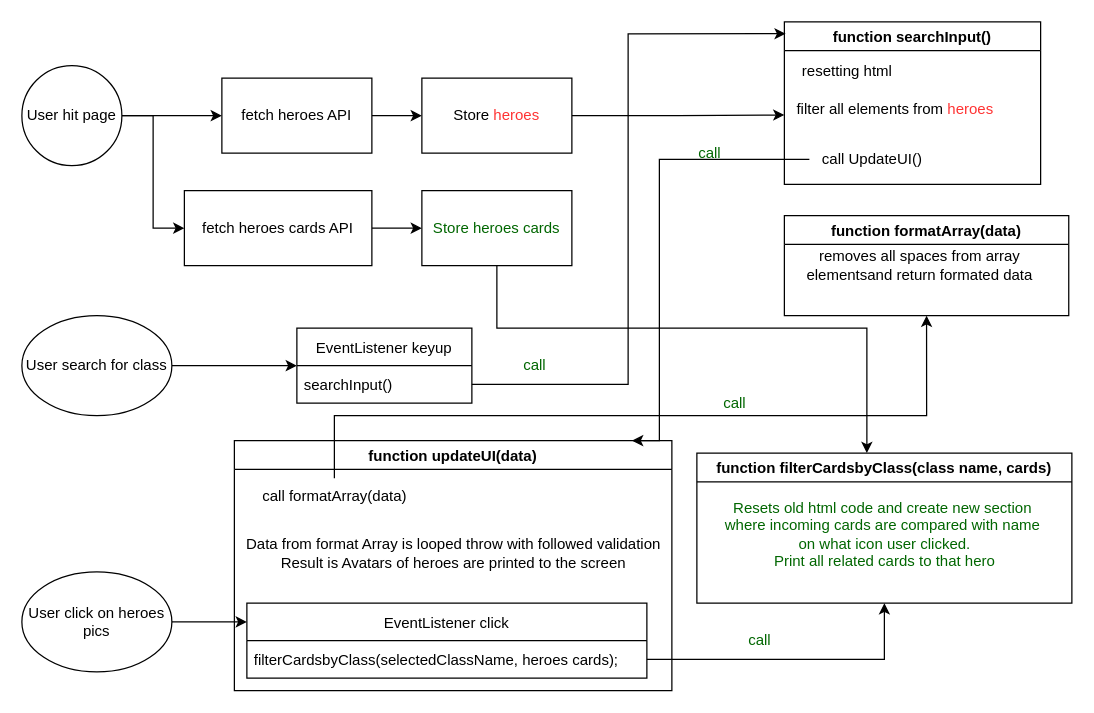
Earlier version of the draw.io diagram Hearthstone-app.drawio (Mykyta-UA/Hearthstone-app). Source tidied: cells renumbered, new cells numbered last; positions are measured from the earlier drawing's top-left corner, leaving out a move shared by most shapes. Both pictures are drawn from the tidied source at 125%, with x=0, y=0 at pixel (21, 21).
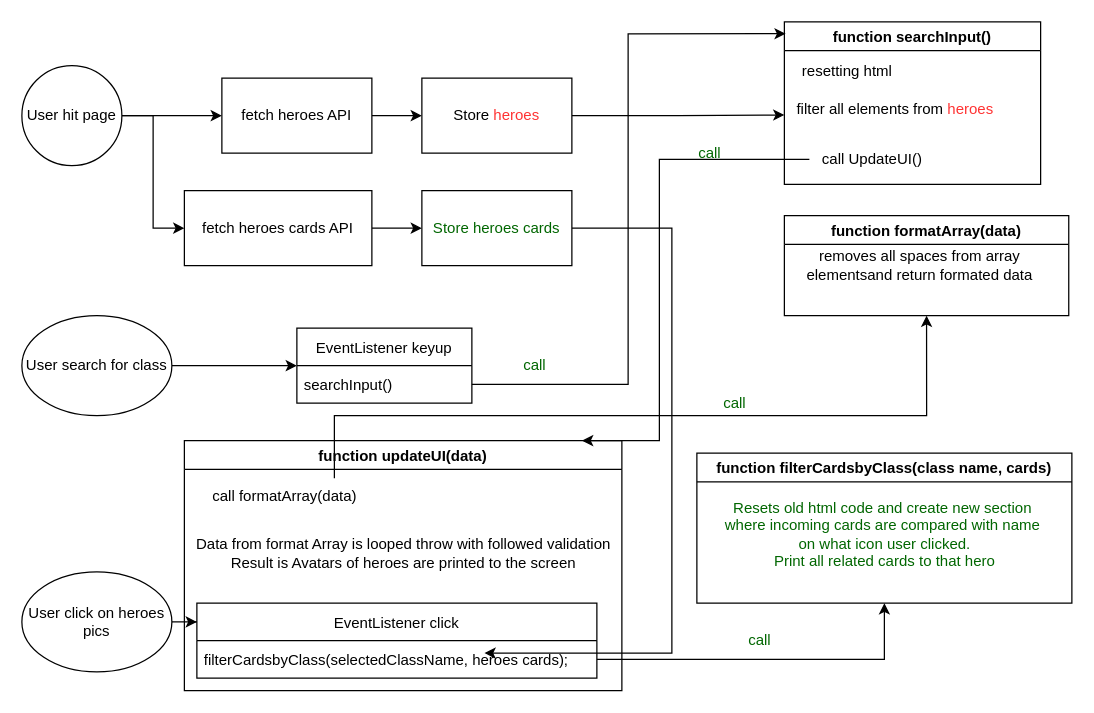
The same page after the edit.

The change refers to these unchanged cells:
```xml
<mxCell id="9" value="&lt;font color=&quot;#006600&quot;&gt;Store heroes cards&lt;/font&gt;" style="rounded=0;whiteSpace=wrap;html=1;" parent="1" vertex="1">
  <mxGeometry x="320" y="135" width="120" height="60" as="geometry" />
</mxCell>
<mxCell id="23" value="          filterCardsbyClass(selectedClassName, heroes cards);" style="text;strokeColor=none;fillColor=none;align=left;verticalAlign=middle;spacingLeft=4;spacingRight=4;overflow=hidden;points=[[0,0.5],[1,0.5]];portConstraint=eastwest;fontColor=#000000;" parent="22" vertex="1">
  <mxGeometry y="30" width="320" height="30" as="geometry" />
</mxCell>
<mxCell id="33" value="function filterCardsbyClass(class name, cards)" style="swimlane;fontColor=#000000;" parent="1" vertex="1">
  <mxGeometry x="540" y="345" width="300" height="120" as="geometry" />
</mxCell>
```

Diff of the diagram source:
```diff
@@
-    <mxCell id="8" style="edgeStyle=orthogonalEdgeStyle;rounded=0;jettySize=auto;html=1;fontColor=#006600;" parent="1" edge="1" source="9" target="33">
-      <mxGeometry relative="1" as="geometry">
-        <Array as="points">
-          <mxPoint x="380" y="245" />
-          <mxPoint x="676" y="245" />
-        </Array>
-      </mxGeometry>
-    </mxCell>
+    <mxCell id="40" style="edgeStyle=orthogonalEdgeStyle;rounded=0;jettySize=auto;html=1;entryX=0.719;entryY=0.333;entryDx=0;entryDy=0;entryPerimeter=0;fontColor=#006600;" parent="1" edge="1" source="9" target="23">
+      <mxGeometry relative="1" as="geometry">
+        <Array as="points">
+          <mxPoint x="520" y="165" />
+          <mxPoint x="520" y="505" />
+        </Array>
+      </mxGeometry>
+    </mxCell>
@@
     <mxCell id="19" value="function updateUI(data)" style="swimlane;" parent="1" vertex="1">
-      <mxGeometry x="170" y="335" width="350" height="200" as="geometry" />
+      <mxGeometry x="130" y="335" width="350" height="200" as="geometry" />
     </mxCell>
```
